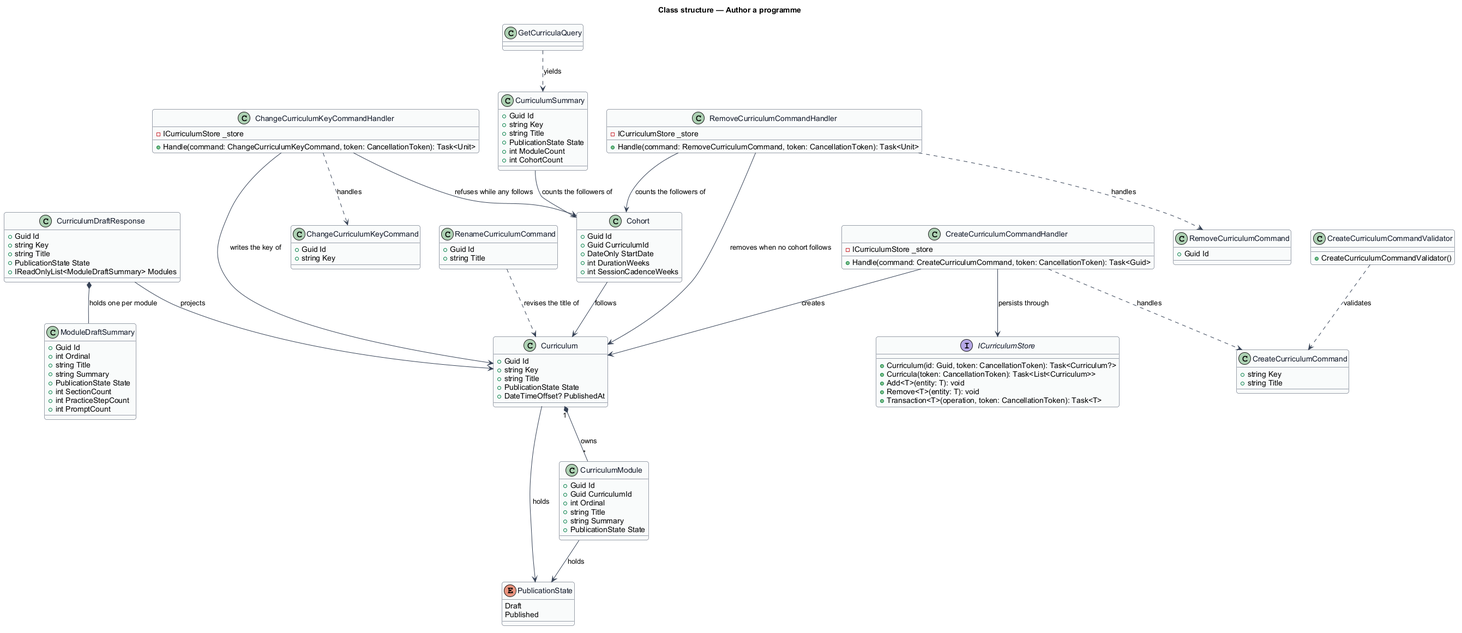
The PlantUML diagram docs/detailed-designs/administration/author-programme/diagrams/class-structure.png in QuinntyneBrown/quinntyne-brown-stewardship, before a commit.
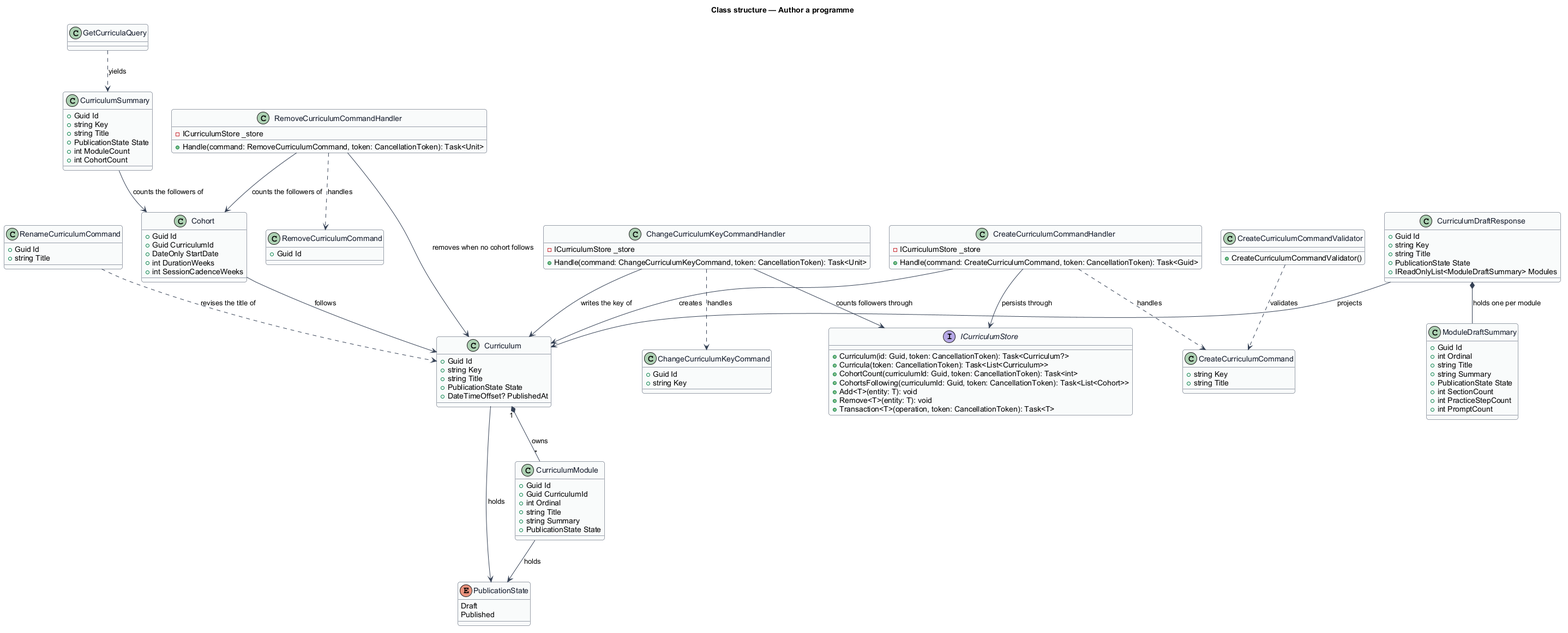
After the commit.

Commit message:
docs: give the store the cohort count four things depend on

Diff of the diagram source:
```diff
@@ -113,6 +113,8 @@
 interface ICurriculumStore {
   +Curriculum(id: Guid, token: CancellationToken): Task<Curriculum?>
   +Curricula(token: CancellationToken): Task<List<Curriculum>>
+  +CohortCount(curriculumId: Guid, token: CancellationToken): Task<int>
+  +CohortsFollowing(curriculumId: Guid, token: CancellationToken): Task<List<Cohort>>
   +Add<T>(entity: T): void
   +Remove<T>(entity: T): void
   +Transaction<T>(operation, token: CancellationToken): Task<T>
@@ -133,7 +135,7 @@
 RenameCurriculumCommand ..> Curriculum : revises the title of
 ChangeCurriculumKeyCommandHandler ..> ChangeCurriculumKeyCommand : handles
 ChangeCurriculumKeyCommandHandler --> Curriculum : writes the key of
-ChangeCurriculumKeyCommandHandler --> Cohort : refuses while any follows
+ChangeCurriculumKeyCommandHandler --> ICurriculumStore : counts followers through
 RemoveCurriculumCommandHandler ..> RemoveCurriculumCommand : handles
 RemoveCurriculumCommandHandler --> Curriculum : removes when no cohort follows
 RemoveCurriculumCommandHandler --> Cohort : counts the followers of
```
